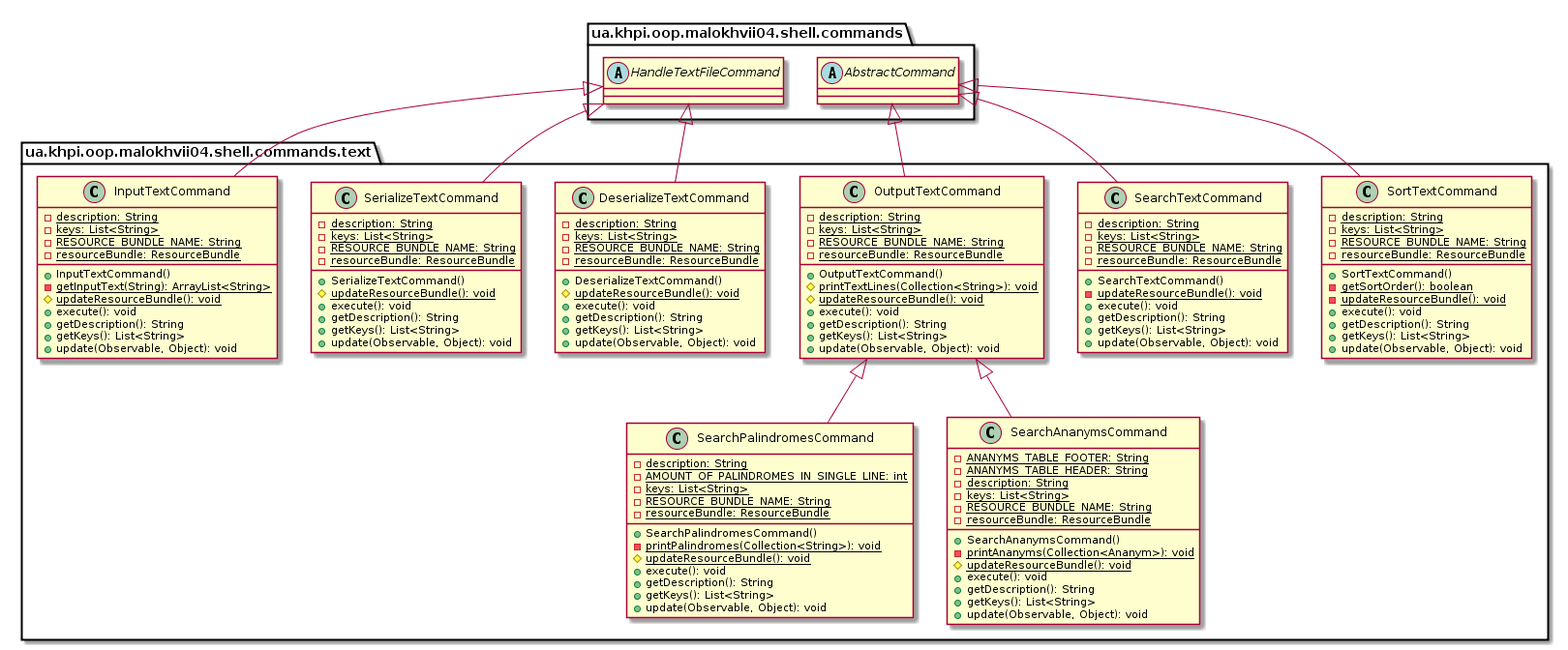
The PlantUML diagram malokhvii-eduard/malokhvii04/doc/plantuml/png/ua.khpi.oop.malokhvii04.shell.commands.text.package.png in P-Kalin/kit26a, before a commit.
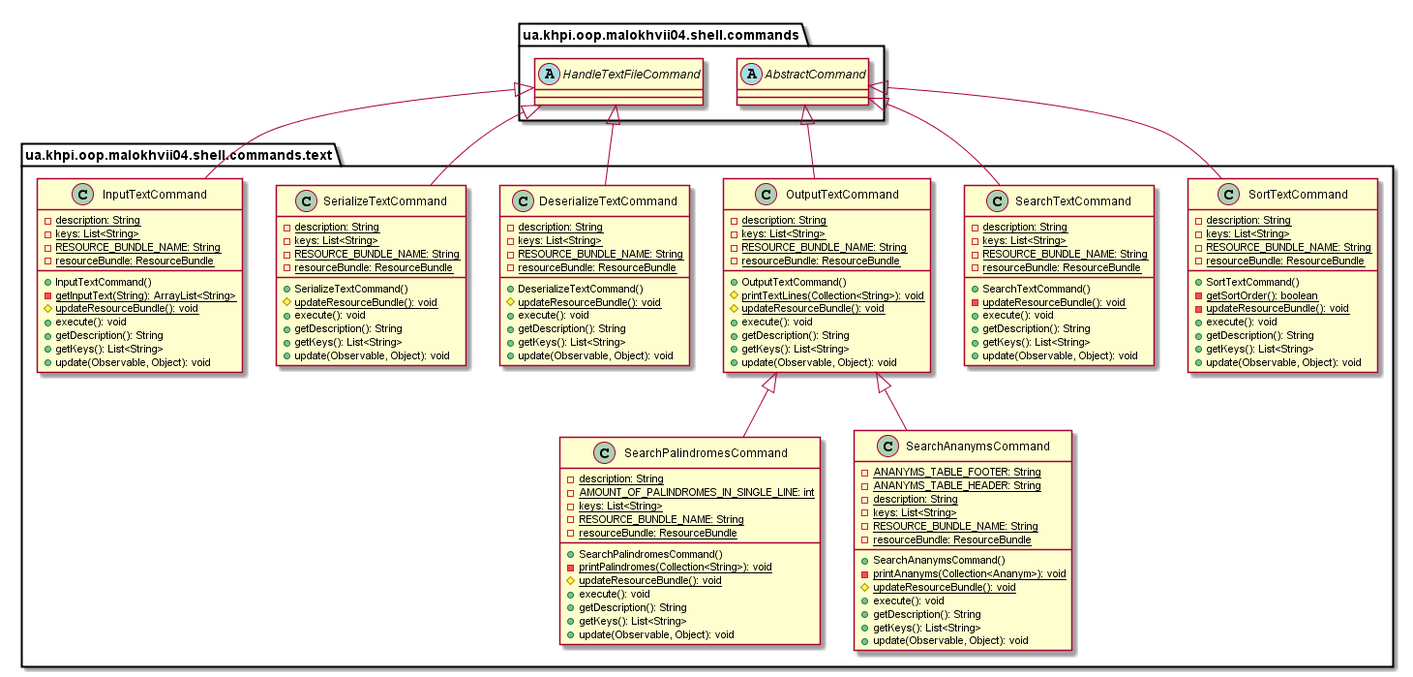
The same file after the commit.

Change to the diagram source:
```diff
@@ -1,19 +1,6 @@
 @startuml
 
     namespace ua.khpi.oop.malokhvii04.shell.commands.text {
-
-        class DeserializeTextCommand {
-            {static} -description: String
-            {static} -keys: List<String>
-            {static} -RESOURCE_BUNDLE_NAME: String
-            {static} -resourceBundle: ResourceBundle
-            +DeserializeTextCommand()
-            {static} #updateResourceBundle(): void
-            +execute(): void
-            +getDescription(): String
-            +getKeys(): List<String>
-            +update(Observable, Object): void
-        }
 
         class SortTextCommand {
             {static} -description: String
@@ -22,6 +9,32 @@
             {static} -resourceBundle: ResourceBundle
             +SortTextCommand()
             {static} -getSortOrder(): boolean
+            {static} -updateResourceBundle(): void
+            +execute(): void
+            +getDescription(): String
+            +getKeys(): List<String>
+            +update(Observable, Object): void
+        }
+
+        class SerializeTextCommand {
+            {static} -description: String
+            {static} -keys: List<String>
+            {static} -RESOURCE_BUNDLE_NAME: String
+            {static} -resourceBundle: ResourceBundle
+            +SerializeTextCommand()
+            {static} #updateResourceBundle(): void
+            +execute(): void
+            +getDescription(): String
+            +getKeys(): List<String>
+            +update(Observable, Object): void
+        }
+
+        class SearchTextCommand {
+            {static} -description: String
+            {static} -keys: List<String>
+            {static} -RESOURCE_BUNDLE_NAME: String
+            {static} -resourceBundle: ResourceBundle
+            +SearchTextCommand()
             {static} -updateResourceBundle(): void
             +execute(): void
             +getDescription(): String
@@ -60,19 +73,6 @@
             +update(Observable, Object): void
         }
 
-        class SearchTextCommand {
-            {static} -description: String
-            {static} -keys: List<String>
-            {static} -RESOURCE_BUNDLE_NAME: String
-            {static} -resourceBundle: ResourceBundle
-            +SearchTextCommand()
-            {static} -updateResourceBundle(): void
-            +execute(): void
-            +getDescription(): String
-            +getKeys(): List<String>
-            +update(Observable, Object): void
-        }
-
         class OutputTextCommand {
             {static} -description: String
             {static} -keys: List<String>
@@ -101,12 +101,12 @@
             +update(Observable, Object): void
         }
 
-        class SerializeTextCommand {
+        class DeserializeTextCommand {
             {static} -description: String
             {static} -keys: List<String>
             {static} -RESOURCE_BUNDLE_NAME: String
             {static} -resourceBundle: ResourceBundle
-            +SerializeTextCommand()
+            +DeserializeTextCommand()
             {static} #updateResourceBundle(): void
             +execute(): void
             +getDescription(): String
@@ -114,23 +114,23 @@
             +update(Observable, Object): void
         }
 
-        abstract class ua.khpi.oop.malokhvii04.shell.commands.HandleTextFileCommand
-        ua.khpi.oop.malokhvii04.shell.commands.HandleTextFileCommand <|-- DeserializeTextCommand
-
         abstract class ua.khpi.oop.malokhvii04.shell.commands.AbstractCommand
         ua.khpi.oop.malokhvii04.shell.commands.AbstractCommand <|-- SortTextCommand
+
+        abstract class ua.khpi.oop.malokhvii04.shell.commands.HandleTextFileCommand
+        ua.khpi.oop.malokhvii04.shell.commands.HandleTextFileCommand <|-- SerializeTextCommand
+
+        ua.khpi.oop.malokhvii04.shell.commands.AbstractCommand <|-- SearchTextCommand
 
         OutputTextCommand <|-- SearchPalindromesCommand
 
         OutputTextCommand <|-- SearchAnanymsCommand
 
-        ua.khpi.oop.malokhvii04.shell.commands.AbstractCommand <|-- SearchTextCommand
-
         ua.khpi.oop.malokhvii04.shell.commands.AbstractCommand <|-- OutputTextCommand
 
         ua.khpi.oop.malokhvii04.shell.commands.HandleTextFileCommand <|-- InputTextCommand
 
-        ua.khpi.oop.malokhvii04.shell.commands.HandleTextFileCommand <|-- SerializeTextCommand
+        ua.khpi.oop.malokhvii04.shell.commands.HandleTextFileCommand <|-- DeserializeTextCommand
 
     }
 
```
